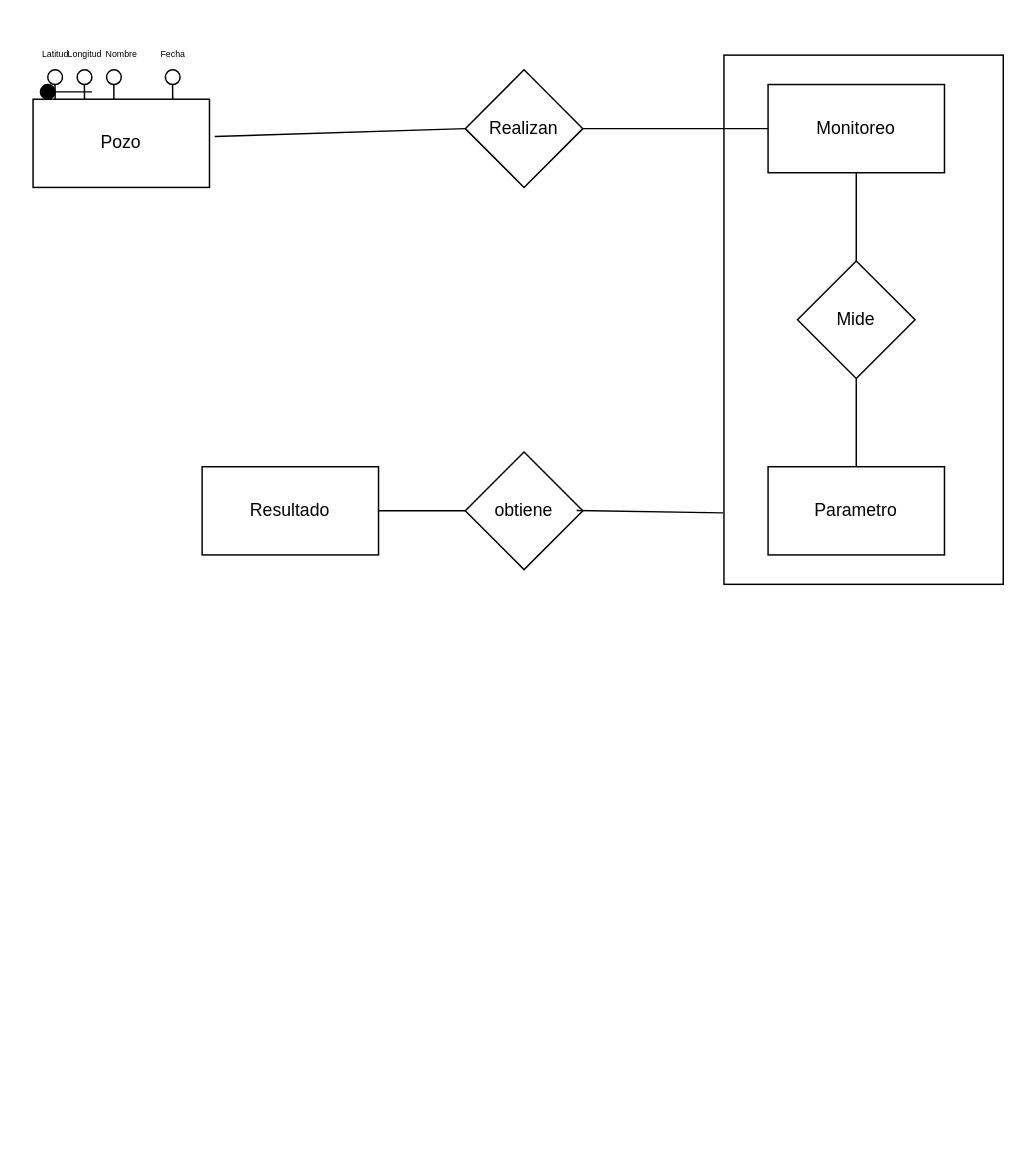
Above: Prac1/Diagramas/punto6.drawio in 0lalox0/BD1 (draw.io), before the change. Source tidied: cells renumbered, new cells numbered last; positions are measured from the earlier drawing's top-left corner, leaving out a move shared by most shapes. Both pictures are drawn from the tidied source at 147%, with x=0, y=0 at pixel (25, 40).
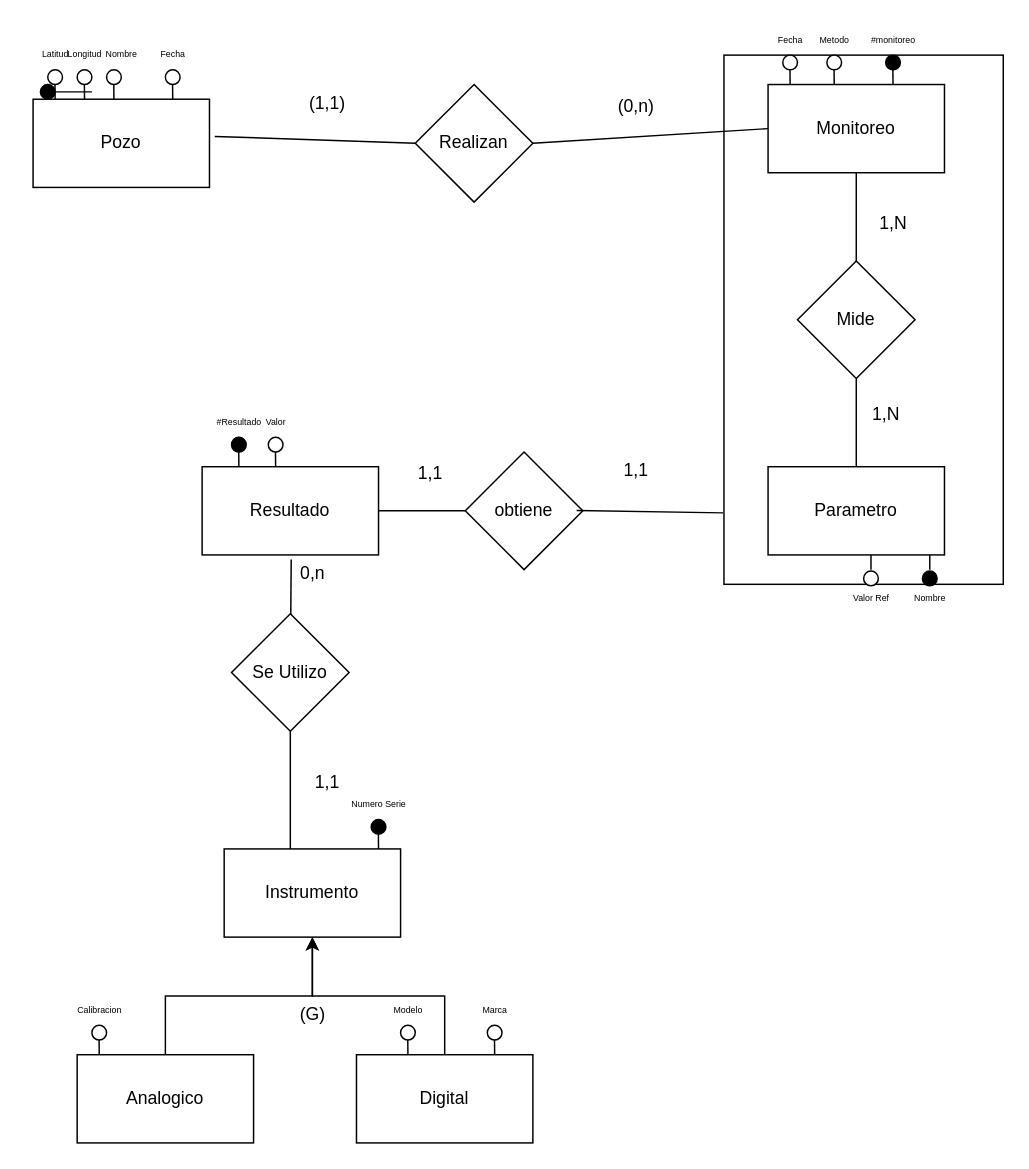
After the change.

The change refers to these unchanged cells:
```xml
<mxCell id="33" value="Resultado" style="rounded=0;whiteSpace=wrap;html=1;" parent="1" vertex="1">
  <mxGeometry x="120" y="290" width="120" height="60" as="geometry" />
</mxCell>
```

The edit, as a diff of the source:
```diff
@@
     <mxCell id="23" value="Realizan" style="rhombus;whiteSpace=wrap;html=1;" parent="1" vertex="1">
-      <mxGeometry x="299" y="20" width="80" height="80" as="geometry" />
+      <mxGeometry x="265" y="30" width="80" height="80" as="geometry" />
     </mxCell>
@@
+    <mxCell id="35" style="group;" parent="1" vertex="1">
+      <mxGeometry x="505" y="-10" width="65" height="40" as="geometry" />
+    </mxCell>
+    <mxCell id="36" style="ellipse;whiteSpace=wrap;html=1;" parent="35" vertex="1">
+      <mxGeometry x="10" y="20" width="10" height="10" as="geometry" />
+    </mxCell>
+    <mxCell id="37" style="endArrow=none;html=1;rounded=0;" parent="35" edge="1">
+      <mxGeometry relative="1" as="geometry">
+        <mxPoint x="15" y="40" as="sourcePoint" />
+        <mxPoint x="14.9" y="30" as="targetPoint" />
+        <Array as="points">
+          <mxPoint x="15" y="40" />
+        </Array>
+      </mxGeometry>
+    </mxCell>
+    <mxCell id="38" value="Fecha" style="text;html=1;align=center;verticalAlign=middle;strokeColor=none;fillColor=none;fontSize=6;" parent="35" vertex="1">
+      <mxGeometry x="-5" width="40" height="20" as="geometry" />
+    </mxCell>
+    <mxCell id="39" style="group;" parent="35" vertex="1">
+      <mxGeometry x="30" width="35" height="40" as="geometry" />
+    </mxCell>
+    <mxCell id="40" style="ellipse;whiteSpace=wrap;html=1;" parent="39" vertex="1">
+      <mxGeometry x="10" y="20" width="10" height="10" as="geometry" />
+    </mxCell>
+    <mxCell id="41" style="endArrow=none;html=1;rounded=0;" parent="39" edge="1">
+      <mxGeometry relative="1" as="geometry">
+        <mxPoint x="15" y="40" as="sourcePoint" />
+        <mxPoint x="14.9" y="30" as="targetPoint" />
+        <Array as="points">
+          <mxPoint x="15" y="40" />
+        </Array>
+      </mxGeometry>
+    </mxCell>
+    <mxCell id="42" value="Metodo" style="text;html=1;align=center;verticalAlign=middle;strokeColor=none;fillColor=none;fontSize=6;" parent="39" vertex="1">
+      <mxGeometry x="-5" width="40" height="20" as="geometry" />
+    </mxCell>
+    <mxCell id="43" value="(0,n)" style="text;html=1;align=center;verticalAlign=middle;strokeColor=none;fillColor=none;" parent="1" vertex="1">
+      <mxGeometry x="390" y="30" width="50" height="30" as="geometry" />
+    </mxCell>
+    <mxCell id="44" value="(1,1)" style="text;html=1;align=center;verticalAlign=middle;strokeColor=none;fillColor=none;" parent="1" vertex="1">
+      <mxGeometry x="180" y="28" width="50" height="30" as="geometry" />
+    </mxCell>
+    <mxCell id="45" value="1,N" style="text;html=1;align=center;verticalAlign=middle;strokeColor=none;fillColor=none;" parent="1" vertex="1">
+      <mxGeometry x="565" y="240" width="40" height="30" as="geometry" />
+    </mxCell>
+    <mxCell id="46" value="1,N" style="text;html=1;align=center;verticalAlign=middle;strokeColor=none;fillColor=none;" parent="1" vertex="1">
+      <mxGeometry x="570" y="110" width="40" height="30" as="geometry" />
+    </mxCell>
+    <mxCell id="47" value="1,1" style="text;html=1;align=center;verticalAlign=middle;strokeColor=none;fillColor=none;" parent="1" vertex="1">
+      <mxGeometry x="255" y="280" width="40" height="30" as="geometry" />
+    </mxCell>
+    <mxCell id="48" value="1,1" style="text;html=1;align=center;verticalAlign=middle;strokeColor=none;fillColor=none;" parent="1" vertex="1">
+      <mxGeometry x="395" y="278" width="40" height="30" as="geometry" />
+    </mxCell>
+    <mxCell id="49" style="group;rotation=-180;" parent="1" vertex="1">
+      <mxGeometry x="595" y="350" width="40" height="40" as="geometry" />
+    </mxCell>
+    <mxCell id="50" style="ellipse;whiteSpace=wrap;html=1;rotation=-180;fillColor=#000000;" parent="49" vertex="1">
+      <mxGeometry x="15" y="11" width="10" height="10" as="geometry" />
+    </mxCell>
+    <mxCell id="51" style="endArrow=none;html=1;rounded=0;" parent="49" edge="1">
+      <mxGeometry relative="1" as="geometry">
+        <mxPoint x="20" as="sourcePoint" />
+        <mxPoint x="20" y="10" as="targetPoint" />
+        <Array as="points">
+          <mxPoint x="20" />
+        </Array>
+      </mxGeometry>
+    </mxCell>
+    <mxCell id="52" value="Nombre" style="text;html=1;align=center;verticalAlign=middle;strokeColor=none;fillColor=none;fontSize=6;rotation=0;" parent="49" vertex="1">
+      <mxGeometry y="20" width="40" height="20" as="geometry" />
+    </mxCell>
+    <mxCell id="53" style="group;rotation=-180;" parent="1" vertex="1">
+      <mxGeometry x="555" y="350" width="45" height="40" as="geometry" />
+    </mxCell>
+    <mxCell id="54" style="ellipse;whiteSpace=wrap;html=1;rotation=-180;" parent="53" vertex="1">
+      <mxGeometry x="15" y="11" width="10" height="10" as="geometry" />
+    </mxCell>
+    <mxCell id="55" style="endArrow=none;html=1;rounded=0;" parent="53" edge="1">
+      <mxGeometry relative="1" as="geometry">
+        <mxPoint x="20" as="sourcePoint" />
+        <mxPoint x="20" y="10" as="targetPoint" />
+        <Array as="points">
+          <mxPoint x="20" />
+        </Array>
+      </mxGeometry>
+    </mxCell>
+    <mxCell id="56" value="Valor Ref" style="text;html=1;align=center;verticalAlign=middle;strokeColor=none;fillColor=none;fontSize=6;rotation=0;" parent="53" vertex="1">
+      <mxGeometry x="-5" y="20" width="50" height="20" as="geometry" />
+    </mxCell>
+    <mxCell id="57" style="group;" parent="1" vertex="1">
+      <mxGeometry x="155" y="250" width="35" height="40" as="geometry" />
+    </mxCell>
+    <mxCell id="58" style="ellipse;whiteSpace=wrap;html=1;" parent="57" vertex="1">
+      <mxGeometry x="10" y="20" width="10" height="10" as="geometry" />
+    </mxCell>
+    <mxCell id="59" style="endArrow=none;html=1;rounded=0;" parent="57" edge="1">
+      <mxGeometry relative="1" as="geometry">
+        <mxPoint x="15" y="40" as="sourcePoint" />
+        <mxPoint x="14.9" y="30" as="targetPoint" />
+        <Array as="points">
+          <mxPoint x="15" y="40" />
+        </Array>
+      </mxGeometry>
+    </mxCell>
+    <mxCell id="60" value="Valor" style="text;html=1;align=center;verticalAlign=middle;strokeColor=none;fillColor=none;fontSize=6;" parent="57" vertex="1">
+      <mxGeometry x="-5" width="40" height="20" as="geometry" />
+    </mxCell>
+    <mxCell id="61" style="group;" parent="57" vertex="1">
+      <mxGeometry x="-25" width="40" height="40" as="geometry" />
+    </mxCell>
+    <mxCell id="62" style="ellipse;whiteSpace=wrap;html=1;fillColor=#000000;" parent="61" vertex="1">
+      <mxGeometry x="10" y="20" width="10" height="10" as="geometry" />
+    </mxCell>
+    <mxCell id="63" style="endArrow=none;html=1;rounded=0;" parent="61" edge="1">
+      <mxGeometry relative="1" as="geometry">
+        <mxPoint x="15" y="40" as="sourcePoint" />
+        <mxPoint x="14.9" y="30" as="targetPoint" />
+        <Array as="points">
+          <mxPoint x="15" y="40" />
+        </Array>
+      </mxGeometry>
+    </mxCell>
+    <mxCell id="64" value="#Resultado" style="text;html=1;align=center;verticalAlign=middle;strokeColor=none;fillColor=none;fontSize=6;" parent="61" vertex="1">
+      <mxGeometry x="-10" width="50" height="20" as="geometry" />
+    </mxCell>
+    <mxCell id="65" value="Se Utilizo" style="rhombus;whiteSpace=wrap;html=1;" parent="1" vertex="1">
+      <mxGeometry x="140" y="390" width="80" height="80" as="geometry" />
+    </mxCell>
+    <mxCell id="66" style="endArrow=none;html=1;rounded=0;exitX=0.505;exitY=1.053;exitDx=0;exitDy=0;exitPerimeter=0;" parent="1" edge="1" source="33" target="65">
+      <mxGeometry relative="1" as="geometry" />
+    </mxCell>
+    <mxCell id="67" value="0,n" style="text;html=1;align=center;verticalAlign=middle;strokeColor=none;fillColor=none;" parent="1" vertex="1">
+      <mxGeometry x="175" y="348" width="40" height="30" as="geometry" />
+    </mxCell>
+    <mxCell id="68" value="1,1" style="text;html=1;align=center;verticalAlign=middle;strokeColor=none;fillColor=none;" parent="1" vertex="1">
+      <mxGeometry x="185" y="490" width="40" height="30" as="geometry" />
+    </mxCell>
+    <mxCell id="69" style="endArrow=none;html=1;rounded=0;exitX=0.5;exitY=1;exitDx=0;exitDy=0;" parent="1" edge="1" source="65">
+      <mxGeometry relative="1" as="geometry">
+        <mxPoint x="180" y="560" as="targetPoint" />
+      </mxGeometry>
+    </mxCell>
+    <mxCell id="70" value="Instrumento" style="rounded=0;whiteSpace=wrap;html=1;" parent="1" vertex="1">
+      <mxGeometry x="135" y="550" width="120" height="60" as="geometry" />
+    </mxCell>
+    <mxCell id="71" style="edgeStyle=orthogonalEdgeStyle;rounded=0;jettySize=auto;html=1;entryX=0.5;entryY=1;entryDx=0;entryDy=0;" parent="1" edge="1" source="72" target="70">
+      <mxGeometry relative="1" as="geometry" />
+    </mxCell>
+    <mxCell id="72" value="Analogico" style="rounded=0;whiteSpace=wrap;html=1;" parent="1" vertex="1">
+      <mxGeometry x="35" y="690" width="120" height="60" as="geometry" />
+    </mxCell>
+    <mxCell id="73" style="edgeStyle=orthogonalEdgeStyle;rounded=0;jettySize=auto;html=1;entryX=0.5;entryY=1;entryDx=0;entryDy=0;" parent="1" edge="1" source="74" target="70">
+      <mxGeometry relative="1" as="geometry" />
+    </mxCell>
+    <mxCell id="74" value="Digital" style="rounded=0;whiteSpace=wrap;html=1;" parent="1" vertex="1">
+      <mxGeometry x="225" y="690" width="120" height="60" as="geometry" />
+    </mxCell>
+    <mxCell id="75" value="(G)" style="text;html=1;align=center;verticalAlign=middle;strokeColor=none;fillColor=none;" parent="1" vertex="1">
+      <mxGeometry x="175" y="648" width="40" height="30" as="geometry" />
+    </mxCell>
+    <mxCell id="76" style="group;" parent="1" vertex="1">
+      <mxGeometry x="225" y="510" width="45" height="40" as="geometry" />
+    </mxCell>
+    <mxCell id="77" style="ellipse;whiteSpace=wrap;html=1;fillColor=#000000;" parent="76" vertex="1">
+      <mxGeometry x="10" y="20" width="10" height="10" as="geometry" />
+    </mxCell>
+    <mxCell id="78" style="endArrow=none;html=1;rounded=0;" parent="76" edge="1">
+      <mxGeometry relative="1" as="geometry">
+        <mxPoint x="15" y="40" as="sourcePoint" />
+        <mxPoint x="14.9" y="30" as="targetPoint" />
+        <Array as="points">
+          <mxPoint x="15" y="40" />
+        </Array>
+      </mxGeometry>
+    </mxCell>
+    <mxCell id="79" value="Numero Serie" style="text;html=1;align=center;verticalAlign=middle;strokeColor=none;fillColor=none;fontSize=6;" parent="76" vertex="1">
+      <mxGeometry x="-15" width="60" height="20" as="geometry" />
+    </mxCell>
+    <mxCell id="80" style="group;" parent="1" vertex="1">
+      <mxGeometry x="304" y="650" width="35" height="40" as="geometry" />
+    </mxCell>
+    <mxCell id="81" style="ellipse;whiteSpace=wrap;html=1;" parent="80" vertex="1">
+      <mxGeometry x="10" y="20" width="10" height="10" as="geometry" />
+    </mxCell>
+    <mxCell id="82" style="endArrow=none;html=1;rounded=0;" parent="80" edge="1">
+      <mxGeometry relative="1" as="geometry">
+        <mxPoint x="15" y="40" as="sourcePoint" />
+        <mxPoint x="14.9" y="30" as="targetPoint" />
+        <Array as="points">
+          <mxPoint x="15" y="40" />
+        </Array>
+      </mxGeometry>
+    </mxCell>
+    <mxCell id="83" value="Marca" style="text;html=1;align=center;verticalAlign=middle;strokeColor=none;fillColor=none;fontSize=6;" parent="80" vertex="1">
+      <mxGeometry x="-5" width="40" height="20" as="geometry" />
+    </mxCell>
+    <mxCell id="84" style="group;" parent="1" vertex="1">
+      <mxGeometry x="245" y="650" width="35" height="40" as="geometry" />
+    </mxCell>
+    <mxCell id="85" style="ellipse;whiteSpace=wrap;html=1;" parent="84" vertex="1">
+      <mxGeometry x="10" y="20" width="10" height="10" as="geometry" />
+    </mxCell>
+    <mxCell id="86" style="endArrow=none;html=1;rounded=0;" parent="84" edge="1">
+      <mxGeometry relative="1" as="geometry">
+        <mxPoint x="15" y="40" as="sourcePoint" />
+        <mxPoint x="14.9" y="30" as="targetPoint" />
+        <Array as="points">
+          <mxPoint x="15" y="40" />
+        </Array>
+      </mxGeometry>
+    </mxCell>
+    <mxCell id="87" value="Modelo" style="text;html=1;align=center;verticalAlign=middle;strokeColor=none;fillColor=none;fontSize=6;" parent="84" vertex="1">
+      <mxGeometry x="-5" width="40" height="20" as="geometry" />
+    </mxCell>
+    <mxCell id="88" style="group;" parent="1" vertex="1">
+      <mxGeometry x="35" y="650" width="40" height="40" as="geometry" />
+    </mxCell>
+    <mxCell id="89" style="ellipse;whiteSpace=wrap;html=1;" parent="88" vertex="1">
+      <mxGeometry x="10" y="20" width="10" height="10" as="geometry" />
+    </mxCell>
+    <mxCell id="90" style="endArrow=none;html=1;rounded=0;" parent="88" edge="1">
+      <mxGeometry relative="1" as="geometry">
+        <mxPoint x="15" y="40" as="sourcePoint" />
+        <mxPoint x="14.9" y="30" as="targetPoint" />
+        <Array as="points">
+          <mxPoint x="15" y="40" />
+        </Array>
+      </mxGeometry>
+    </mxCell>
+    <mxCell id="91" value="Calibracion" style="text;html=1;align=center;verticalAlign=middle;strokeColor=none;fillColor=none;fontSize=6;" parent="88" vertex="1">
+      <mxGeometry x="-10" width="50" height="20" as="geometry" />
+    </mxCell>
+    <mxCell id="92" style="group;" parent="1" vertex="1">
+      <mxGeometry x="575" y="-10" width="40" height="40" as="geometry" />
+    </mxCell>
+    <mxCell id="93" style="ellipse;whiteSpace=wrap;html=1;fillColor=#000000;" parent="92" vertex="1">
+      <mxGeometry x="10" y="20" width="10" height="10" as="geometry" />
+    </mxCell>
+    <mxCell id="94" style="endArrow=none;html=1;rounded=0;" parent="92" edge="1">
+      <mxGeometry relative="1" as="geometry">
+        <mxPoint x="15" y="40" as="sourcePoint" />
+        <mxPoint x="14.9" y="30" as="targetPoint" />
+        <Array as="points">
+          <mxPoint x="15" y="40" />
+        </Array>
+      </mxGeometry>
+    </mxCell>
+    <mxCell id="95" value="#monitoreo" style="text;html=1;align=center;verticalAlign=middle;strokeColor=none;fillColor=none;fontSize=6;" parent="92" vertex="1">
+      <mxGeometry x="-10" width="50" height="20" as="geometry" />
+    </mxCell>
```
